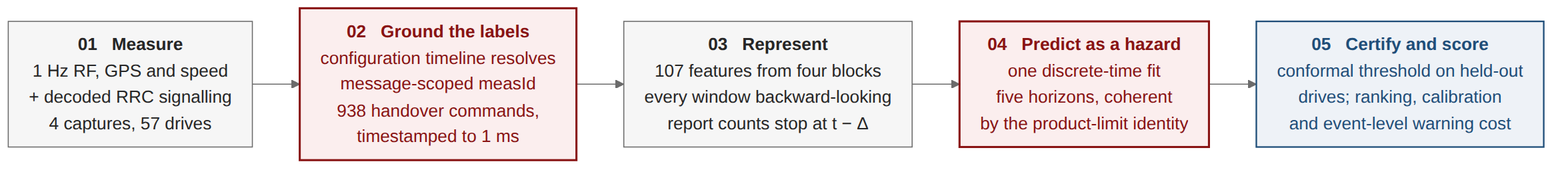
SS-Abeer13/Handover-Prediction-Thesis keeps this Mermaid diagram as latex/figures/m14_framework.png. Above is the earlier version. Its source is kept beside it as Presentation/mermaid/m14_framework.mmd.
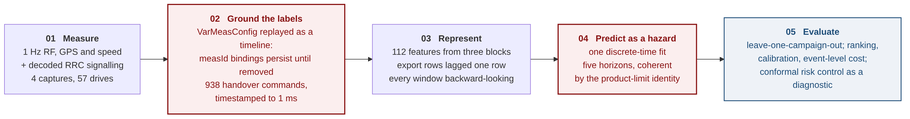
The same file after the commit.

The edit, as a diff of the source:
```diff
@@ -1,9 +1,9 @@
 %%{init: {"flowchart": {"wrappingWidth": 260}}}%%
 flowchart LR
-  A["<b>01 &nbsp; Measure</b><br/>1 Hz RF, GPS and speed<br/>+ decoded RRC signalling<br/>4 captures, 57 drives"] --> B["<b>02 &nbsp; Ground the labels</b><br/>configuration timeline resolves<br/>message-scoped measId<br/>938 handover commands,<br/>timestamped to 1 ms"]
-  B --> C["<b>03 &nbsp; Represent</b><br/>107 features from four blocks<br/>every window backward-looking<br/>report counts stop at t − Δ"]
+  A["<b>01 &nbsp; Measure</b><br/>1 Hz RF, GPS and speed<br/>+ decoded RRC signalling<br/>4 captures, 57 drives"] --> B["<b>02 &nbsp; Ground the labels</b><br/>VarMeasConfig replayed as a timeline:<br/>measId bindings persist until removed<br/>938 handover commands,<br/>timestamped to 1 ms"]
+  B --> C["<b>03 &nbsp; Represent</b><br/>112 features from three blocks<br/>export rows lagged one row<br/>every window backward-looking"]
   C --> D["<b>04 &nbsp; Predict as a hazard</b><br/>one discrete-time fit<br/>five horizons, coherent<br/>by the product-limit identity"]
-  D --> E["<b>05 &nbsp; Certify and score</b><br/>conformal threshold on held-out<br/>drives; ranking, calibration<br/>and event-level warning cost"]
+  D --> E["<b>05 &nbsp; Evaluate</b><br/>leave-one-campaign-out; ranking,<br/>calibration, event-level cost;<br/>conformal risk control as a diagnostic"]
   classDef hi fill:#fbeeee,stroke:#891313,stroke-width:2px,color:#891313;
   classDef mid fill:#eef2f7,stroke:#1f4e79,stroke-width:1.5px,color:#1f4e79;
   class B hi;
```
